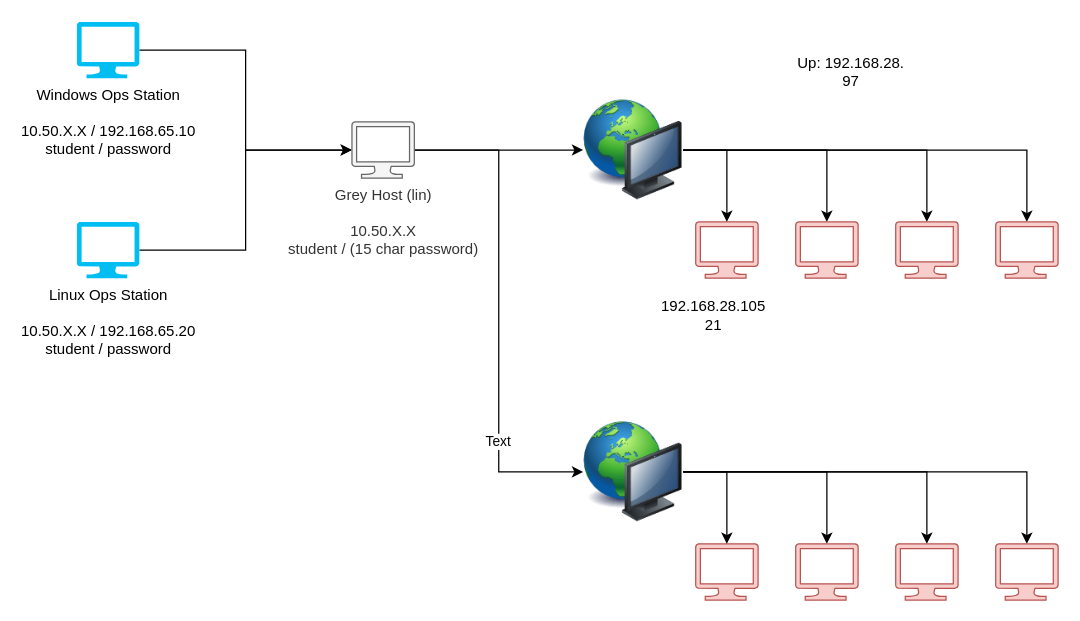
Before: security/ctf/Base_Network_Diagram.drawio in abfarr/cctc, a draw.io diagram. Source tidied: cells renumbered, new cells numbered last; positions are measured from the earlier drawing's top-left corner, leaving out a move shared by most shapes. Both pictures are drawn from the tidied source at 125%, with x=0, y=0 at pixel (76, 21).
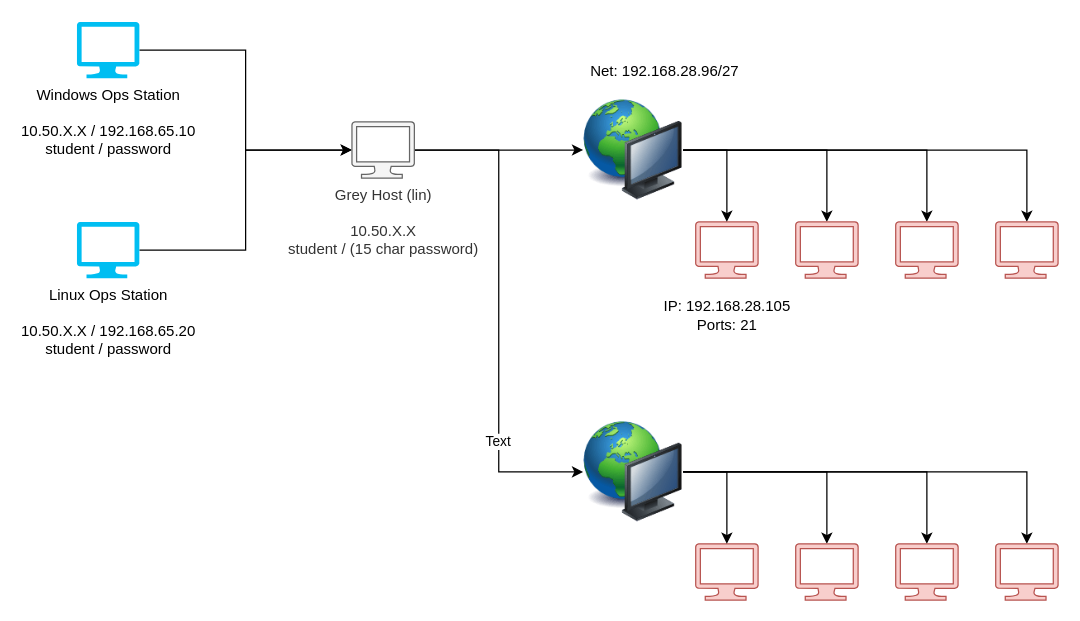
The same page after the edit.

Diff of the diagram source:
```diff
@@
-    <mxCell id="28" value="192.168.28.105&lt;br&gt;21" style="text;html=1;align=center;verticalAlign=middle;strokeColor=none;fillColor=none;" parent="1" vertex="1">
-      <mxGeometry x="459" y="220" width="100" height="30" as="geometry" />
+    <mxCell id="28" value="IP: 192.168.28.105&lt;br&gt;Ports: 21" style="text;html=1;align=center;verticalAlign=middle;strokeColor=none;fillColor=none;" parent="1" vertex="1">
+      <mxGeometry x="460" y="220" width="120" height="30" as="geometry" />
     </mxCell>
-    <mxCell id="29" value="Up: 192.168.28.&lt;br&gt;97" style="text;html=1;align=center;verticalAlign=middle;strokeColor=none;fillColor=none;" parent="1" vertex="1">
-      <mxGeometry x="569" y="25" width="100" height="30" as="geometry" />
+    <mxCell id="29" value="Net: 192.168.28.96/27" style="text;html=1;align=center;verticalAlign=middle;strokeColor=none;fillColor=none;" parent="1" vertex="1">
+      <mxGeometry x="405" y="30" width="130" height="20" as="geometry" />
     </mxCell>
```
